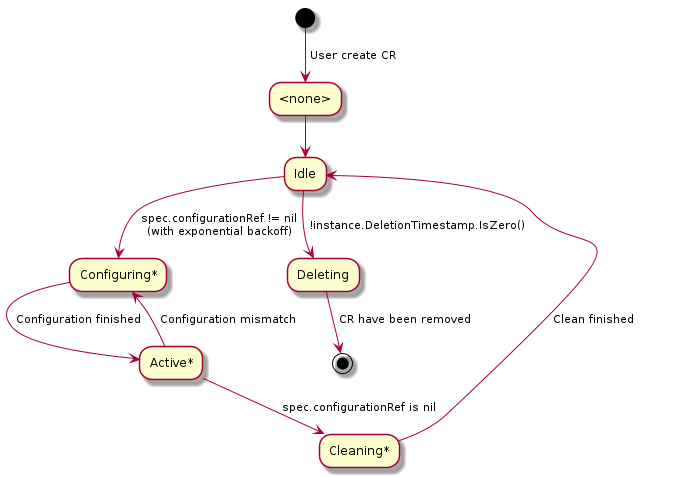
Hellcatlk/network-operator keeps this PlantUML diagram as docs/switch/state.png. Above is the earlier version. Its source is kept beside it as docs/switch/state.plantuml.
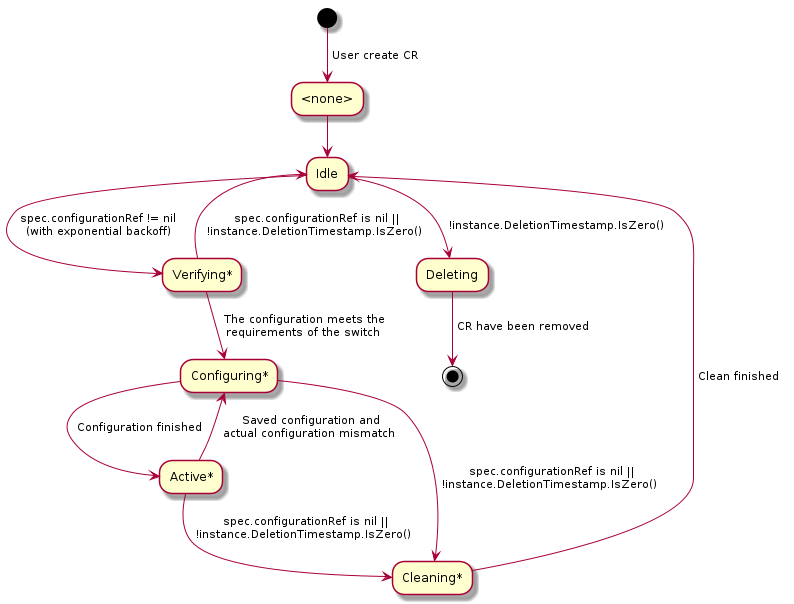
After the change.

Diff of the diagram source:
```diff
@@ -4,13 +4,18 @@
 
 "<none>" --> "Idle"
 
-"Idle" --> [ spec.configurationRef != nil\n (with exponential backoff)] "Configuring*"
+"Idle" --> [ spec.configurationRef != nil\n (with exponential backoff)] "Verifying*"
 "Idle" --> [ !instance.DeletionTimestamp.IsZero() ] "Deleting"
 
+
+"Verifying*" --> [ spec.configurationRef is nil ||\n !instance.DeletionTimestamp.IsZero() ] "Idle"
+"Verifying*" --> [ The configuration meets the\n requirements of the switch ] "Configuring*"
+
 "Configuring*" --> [ Configuration finished ] "Active*"
+"Configuring*" --> [ spec.configurationRef is nil ||\n !instance.DeletionTimestamp.IsZero() ] "Cleaning*"
 
-"Active*" --> [ Configuration mismatch ] "Configuring*"
-"Active*" --> [ spec.configurationRef is nil ] "Cleaning*"
+"Active*" --> [ Saved configuration and\n actual configuration mismatch ] "Configuring*"
+"Active*" --> [ spec.configurationRef is nil ||\n !instance.DeletionTimestamp.IsZero() ] "Cleaning*"
 
 "Cleaning*" --> [ Clean finished ] "Idle"
 
```
